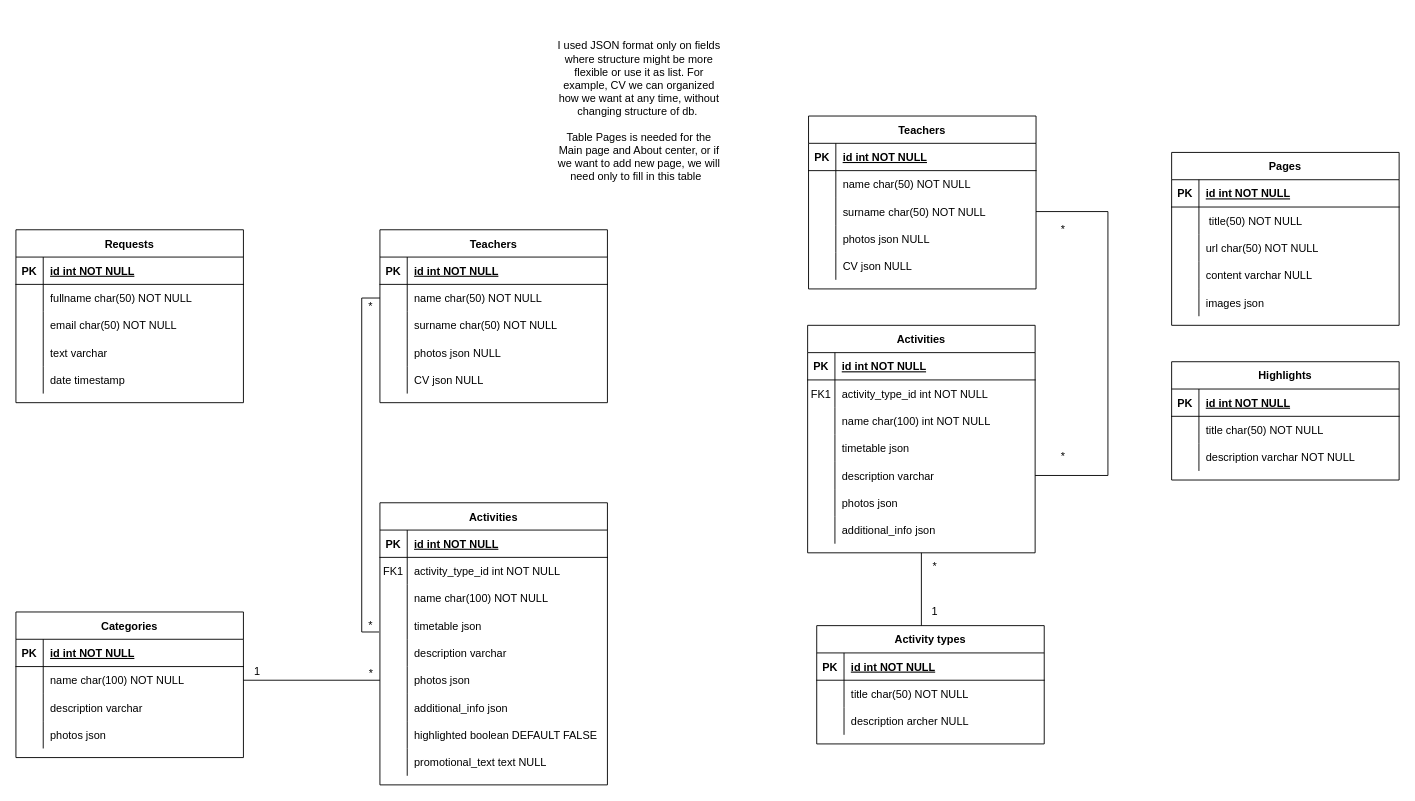
NakatoTeshika/Hypermedia-ERD keeps this draw.io diagram as Updated ERD.drawio. Above is the earlier version. Source tidied: cells renumbered, new cells numbered last; positions are measured from the earlier drawing's top-left corner, leaving out a move shared by most shapes. Both pictures are drawn from the tidied source at 91%, with x=0, y=0 at pixel (15, 15).
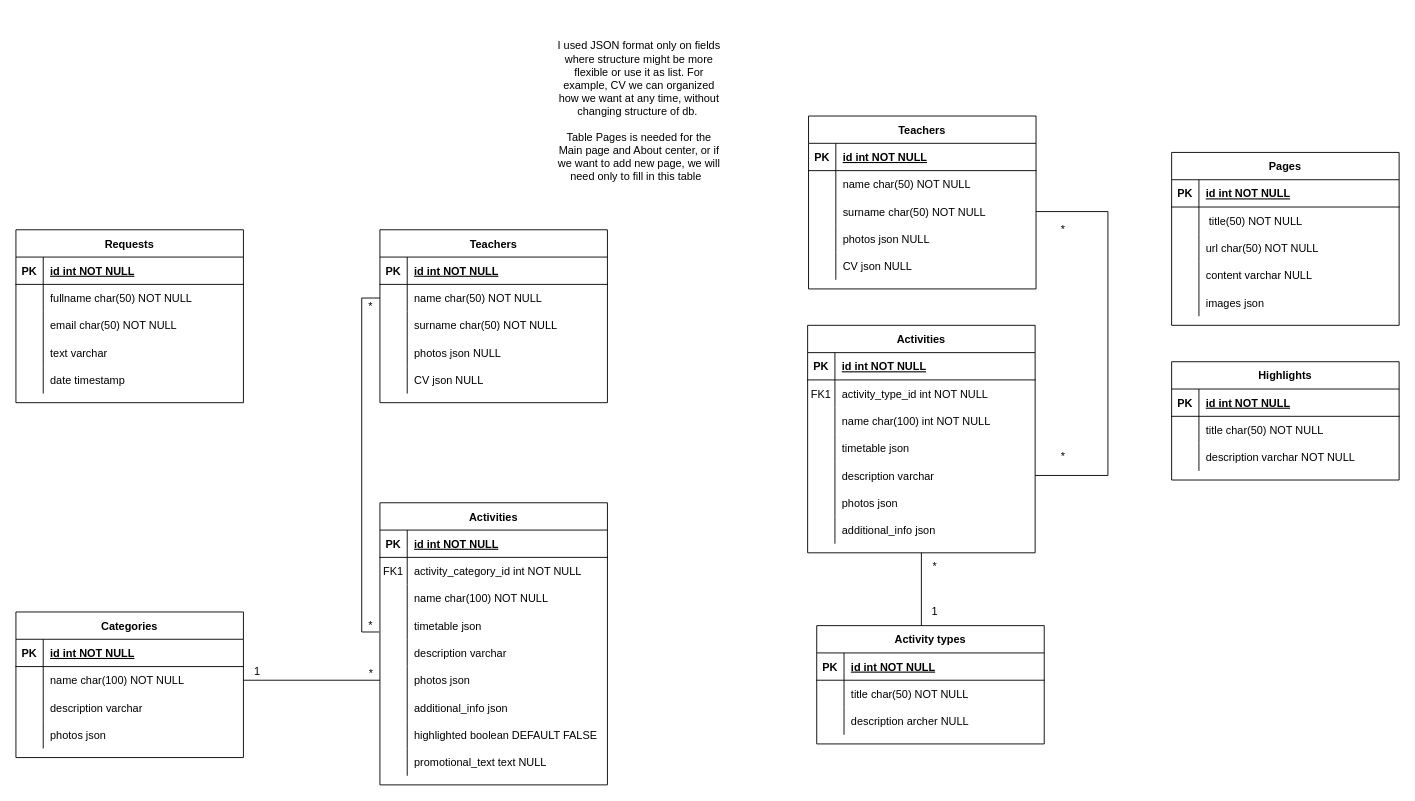
The same diagram, later.

Unchanged cells that the change refers to:
```xml
<mxCell id="87" style="shape=partialRectangle;fillColor=none;top=0;left=0;right=0;bottom=0;" parent="83" vertex="1">
  <mxGeometry y="60" width="250" height="30" as="geometry" />
</mxCell>
```

Diff of the diagram source:
```diff
@@
-    <mxCell id="89" value="activity_type_id int NOT NULL" style="shape=partialRectangle;overflow=hidden;fillColor=none;top=0;left=0;bottom=0;right=0;align=left;spacingLeft=6;" parent="87" vertex="1">
+    <mxCell id="89" value="activity_category_id int NOT NULL" style="shape=partialRectangle;overflow=hidden;fillColor=none;top=0;left=0;bottom=0;right=0;align=left;spacingLeft=6;" parent="87" vertex="1">
       <mxGeometry x="30" width="220" height="30" as="geometry" />
     </mxCell>
```
